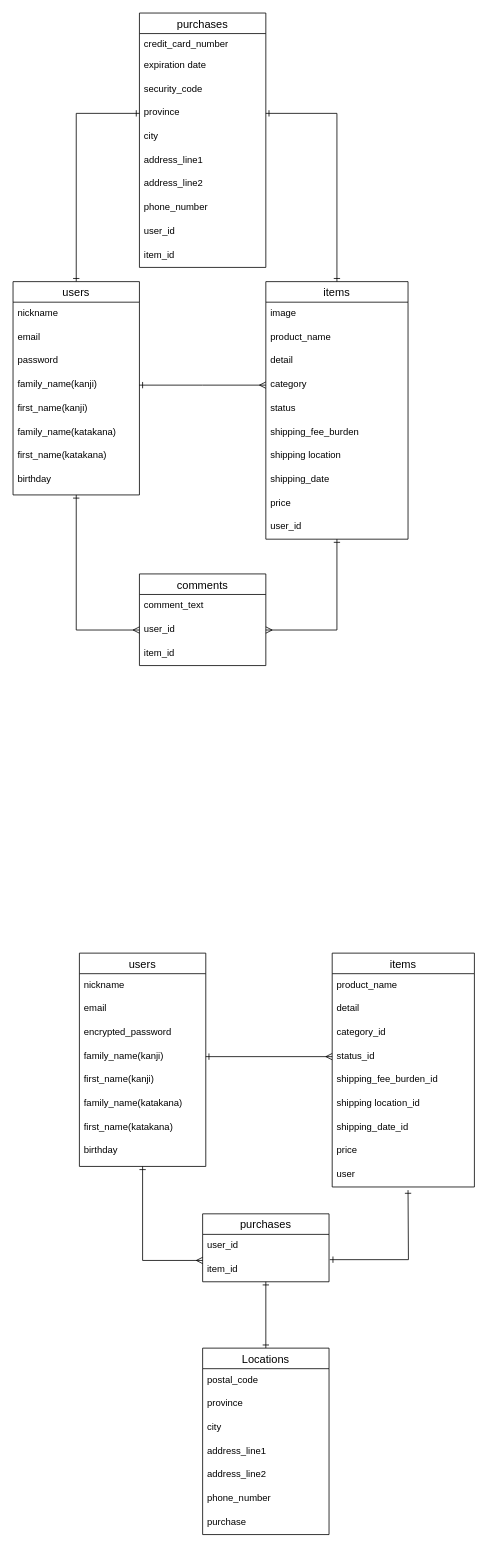
Before: ERD.dio in tkyktkmt/furima-34283, a draw.io diagram. Source tidied: cells renumbered, new cells numbered last; positions are measured from the earlier drawing's top-left corner, leaving out a move shared by most shapes. Both pictures are drawn from the tidied source at 79%, with x=0, y=0 at pixel (13, 13).
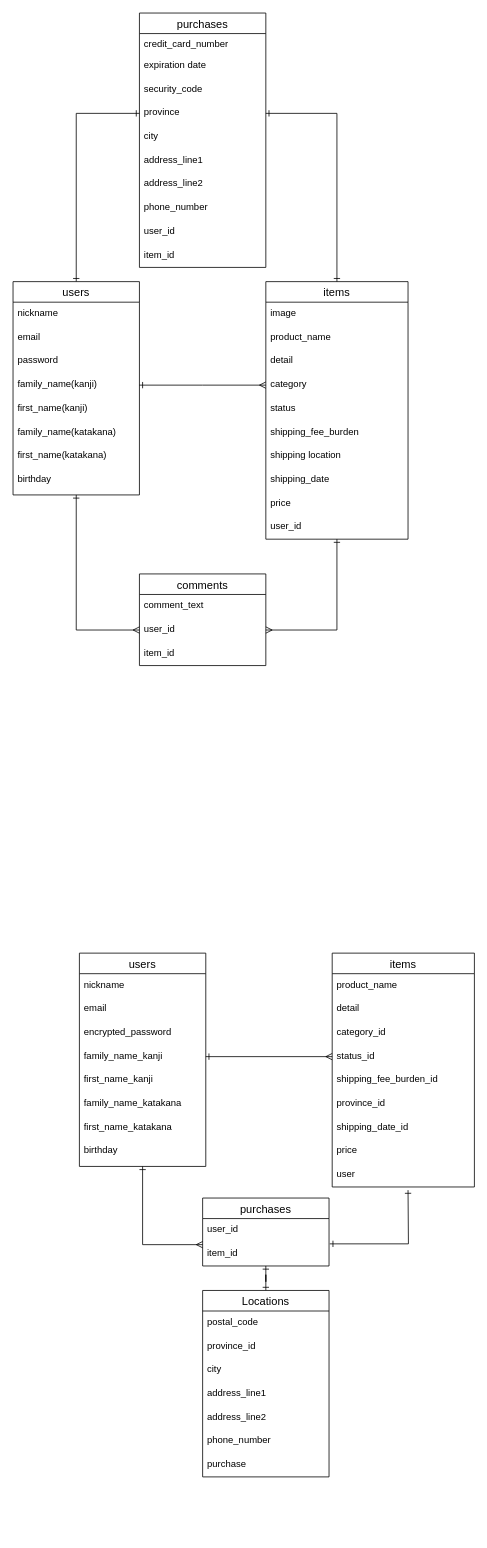
After the change.

Commit message (it also covers changes not shown here):
データベース設計３

The change refers to these unchanged cells:
```xml
<mxCell id="43" value="users" style="swimlane;fontStyle=0;horizontal=1;startSize=26;align=center;fontSize=14;" parent="1" vertex="1">
  <mxGeometry x="84" y="1190" width="160" height="270" as="geometry" />
</mxCell>
<mxCell id="52" value="items" style="swimlane;fontStyle=0;horizontal=1;startSize=26;align=center;fontSize=14;" parent="1" vertex="1">
  <mxGeometry x="404" y="1190" width="180" height="296" as="geometry" />
</mxCell>
```

Diff of the diagram source:
```diff
@@
-    <mxCell id="47" value="family_name(kanji)" style="text;strokeColor=none;fillColor=none;spacingLeft=4;spacingRight=4;overflow=hidden;points=[[0,0.5],[1,0.5]];portConstraint=eastwest;fontSize=12;" parent="43" vertex="1">
+    <mxCell id="47" value="family_name_kanji" style="text;strokeColor=none;fillColor=none;spacingLeft=4;spacingRight=4;overflow=hidden;points=[[0,0.5],[1,0.5]];portConstraint=eastwest;fontSize=12;" parent="43" vertex="1">
       <mxGeometry y="116" width="160" height="30" as="geometry" />
     </mxCell>
-    <mxCell id="48" value="first_name(kanji)" style="text;strokeColor=none;fillColor=none;spacingLeft=4;spacingRight=4;overflow=hidden;fontSize=12;" parent="43" vertex="1">
+    <mxCell id="48" value="first_name_kanji" style="text;strokeColor=none;fillColor=none;spacingLeft=4;spacingRight=4;overflow=hidden;fontSize=12;" parent="43" vertex="1">
       <mxGeometry y="146" width="160" height="30" as="geometry" />
     </mxCell>
-    <mxCell id="49" value="family_name(katakana)" style="text;strokeColor=none;fillColor=none;spacingLeft=4;spacingRight=4;overflow=hidden;fontSize=12;" parent="43" vertex="1">
+    <mxCell id="49" value="family_name_katakana" style="text;strokeColor=none;fillColor=none;spacingLeft=4;spacingRight=4;overflow=hidden;fontSize=12;" parent="43" vertex="1">
       <mxGeometry y="176" width="160" height="30" as="geometry" />
     </mxCell>
-    <mxCell id="50" value="first_name(katakana)" style="text;strokeColor=none;fillColor=none;spacingLeft=4;spacingRight=4;overflow=hidden;fontSize=12;" parent="43" vertex="1">
+    <mxCell id="50" value="first_name_katakana" style="text;strokeColor=none;fillColor=none;spacingLeft=4;spacingRight=4;overflow=hidden;fontSize=12;" parent="43" vertex="1">
       <mxGeometry y="206" width="160" height="30" as="geometry" />
     </mxCell>
@@
-    <mxCell id="58" value="shipping location_id" style="text;strokeColor=none;fillColor=none;spacingLeft=4;spacingRight=4;overflow=hidden;fontSize=12;" parent="52" vertex="1">
+    <mxCell id="58" value="province_id" style="text;strokeColor=none;fillColor=none;spacingLeft=4;spacingRight=4;overflow=hidden;fontSize=12;" parent="52" vertex="1">
       <mxGeometry y="176" width="180" height="30" as="geometry" />
     </mxCell>
@@
     <mxCell id="63" value="purchases" style="swimlane;fontStyle=0;horizontal=1;startSize=26;align=center;fontSize=14;" parent="1" vertex="1">
-      <mxGeometry x="240" y="1520" width="160" height="86" as="geometry" />
+      <mxGeometry x="240" y="1500" width="160" height="86" as="geometry" />
     </mxCell>
@@
     <mxCell id="66" value="Locations" style="swimlane;fontStyle=0;horizontal=1;startSize=26;align=center;fontSize=14;" parent="1" vertex="1">
-      <mxGeometry x="240" y="1690" width="160" height="236" as="geometry" />
+      <mxGeometry x="240" y="1617" width="160" height="236" as="geometry" />
     </mxCell>
@@
-    <mxCell id="68" value="province" style="text;strokeColor=none;fillColor=none;spacingLeft=4;spacingRight=4;overflow=hidden;fontSize=12;" parent="66" vertex="1">
+    <mxCell id="68" value="province_id" style="text;strokeColor=none;fillColor=none;spacingLeft=4;spacingRight=4;overflow=hidden;fontSize=12;" parent="66" vertex="1">
       <mxGeometry y="56" width="160" height="30" as="geometry" />
     </mxCell>
```
